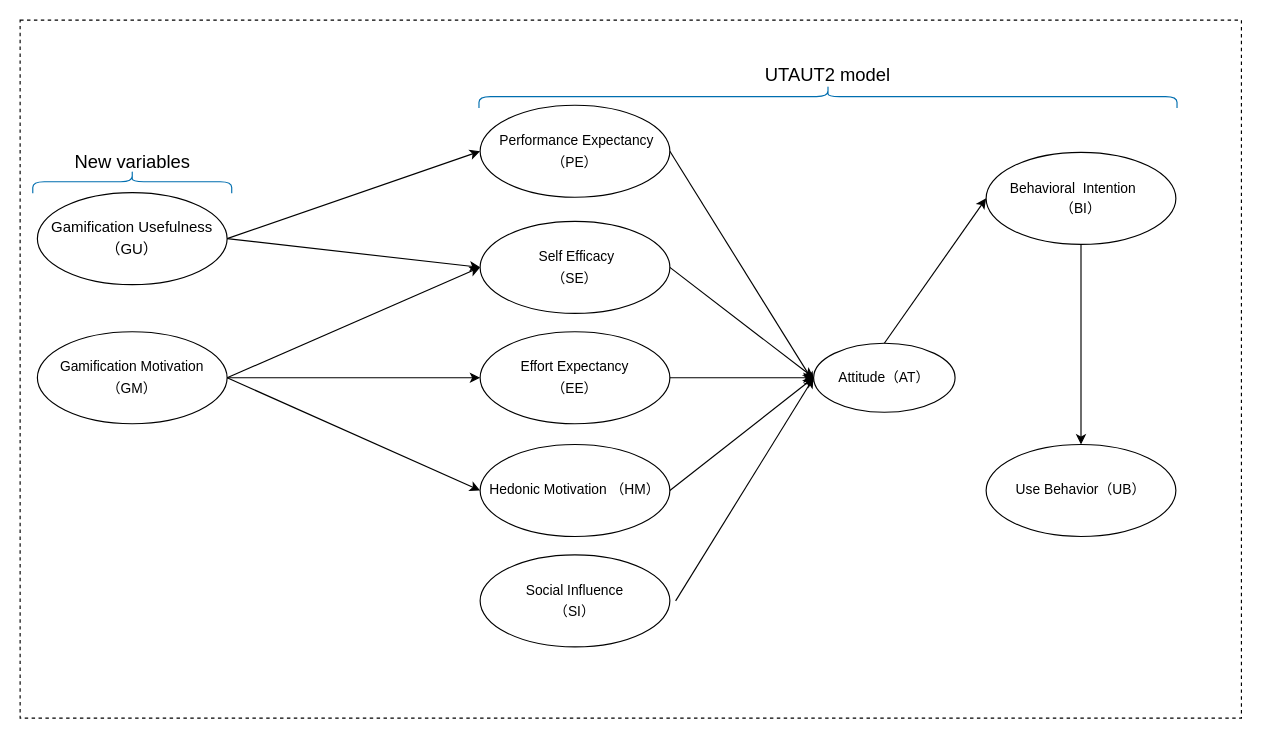
Earlier version of the draw.io diagram 結構模型2.drawio (raknza/Master-Thesis). Source tidied: cells renumbered, new cells numbered last; positions are measured from the earlier drawing's top-left corner, leaving out a move shared by most shapes. Both pictures are drawn from the tidied source at 115%, with x=0, y=0 at pixel (20, -253).
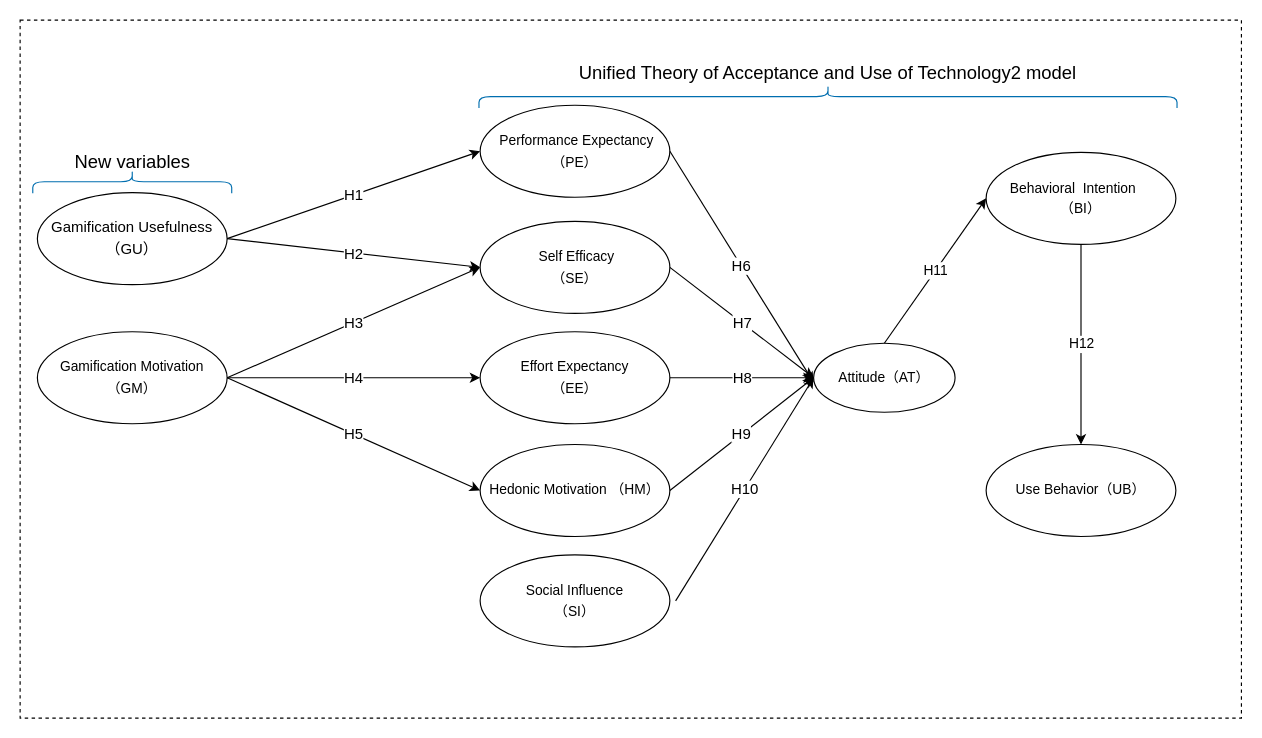
The same diagram, later.

The change refers to these unchanged cells:
```xml
<mxCell id="3" value="&lt;p style=&quot;line-height: 140%&quot;&gt;&lt;span style=&quot;font-size: 13px&quot;&gt;Gamification Usefulness&lt;/span&gt;&lt;br style=&quot;font-size: 13px&quot;&gt;&lt;span style=&quot;font-size: 13px&quot;&gt;（GU）&lt;/span&gt;&lt;/p&gt;" style="ellipse;whiteSpace=wrap;html=1;spacingBottom=0;fontSize=13;fontStyle=0;" parent="1" vertex="1">
  <mxGeometry x="15" y="387" width="165" height="80" as="geometry" />
</mxCell>
<mxCell id="4" value="&lt;p style=&quot;line-height: 140%&quot;&gt;&lt;span style=&quot;font-size: 12px&quot;&gt;Gamification Motivation&lt;/span&gt;&lt;br style=&quot;font-size: 12px&quot;&gt;&lt;span style=&quot;font-size: 12px&quot;&gt;（GM）&lt;/span&gt;&lt;br&gt;&lt;/p&gt;" style="ellipse;whiteSpace=wrap;html=1;spacingBottom=0;fontSize=13;fontStyle=0;" parent="1" vertex="1">
  <mxGeometry x="15" y="508" width="165" height="80" as="geometry" />
</mxCell>
<mxCell id="5" value="&lt;p style=&quot;line-height: 140%&quot;&gt;&lt;span style=&quot;font-size: 12px&quot;&gt;Attitude（AT）&lt;/span&gt;&lt;br&gt;&lt;/p&gt;" style="ellipse;whiteSpace=wrap;html=1;spacingBottom=0;fontSize=13;fontStyle=0;" parent="1" vertex="1">
  <mxGeometry x="690" y="518" width="123" height="60" as="geometry" />
</mxCell>
<mxCell id="6" value="&lt;p style=&quot;line-height: 140%&quot;&gt;&lt;span style=&quot;font-size: 12px&quot;&gt;&amp;nbsp;Performance Expectancy（PE）&lt;/span&gt;&lt;br&gt;&lt;/p&gt;" style="ellipse;whiteSpace=wrap;html=1;spacingBottom=0;fontSize=13;fontStyle=0;" parent="1" vertex="1">
  <mxGeometry x="400" y="311" width="165" height="80" as="geometry" />
</mxCell>
<mxCell id="7" value="&lt;p style=&quot;line-height: 140%&quot;&gt;&lt;span style=&quot;font-size: 12px&quot;&gt;&amp;nbsp;Self Efficacy&lt;/span&gt;&lt;br style=&quot;font-size: 12px&quot;&gt;&lt;span style=&quot;font-size: 12px&quot;&gt;（SE）&lt;/span&gt;&lt;br&gt;&lt;/p&gt;" style="ellipse;whiteSpace=wrap;html=1;spacingBottom=0;fontSize=13;fontStyle=0;" parent="1" vertex="1">
  <mxGeometry x="400" y="412" width="165" height="80" as="geometry" />
</mxCell>
<mxCell id="8" value="&lt;p style=&quot;line-height: 140%&quot;&gt;&lt;span style=&quot;font-size: 12px&quot;&gt;Effort Expectancy&lt;/span&gt;&lt;br style=&quot;font-size: 12px&quot;&gt;&lt;span style=&quot;font-size: 12px&quot;&gt;（EE）&lt;/span&gt;&lt;br&gt;&lt;/p&gt;" style="ellipse;whiteSpace=wrap;html=1;spacingBottom=0;fontSize=13;fontStyle=0;" parent="1" vertex="1">
  <mxGeometry x="400" y="508" width="165" height="80" as="geometry" />
</mxCell>
<mxCell id="9" value="&lt;p style=&quot;line-height: 140%&quot;&gt;&lt;span style=&quot;font-size: 12px&quot;&gt;Hedonic Motivation （HM）&lt;/span&gt;&lt;br&gt;&lt;/p&gt;" style="ellipse;whiteSpace=wrap;html=1;spacingBottom=0;fontSize=13;fontStyle=0;" parent="1" vertex="1">
  <mxGeometry x="400" y="606" width="165" height="80" as="geometry" />
</mxCell>
<mxCell id="21" value="&lt;p class=&quot;MDPI42tablebody&quot; style=&quot;line-height: normal&quot;&gt;&amp;nbsp;Behavioral&amp;nbsp; Intention&amp;nbsp; &amp;nbsp; &amp;nbsp; （BI）&lt;br&gt;&lt;/p&gt;" style="ellipse;whiteSpace=wrap;html=1;spacingBottom=0;fontSize=12;fontStyle=0;spacing=0;" parent="1" vertex="1">
  <mxGeometry x="840" y="352" width="165" height="80" as="geometry" />
</mxCell>
<mxCell id="22" value="&lt;p style=&quot;line-height: 140%&quot;&gt;&lt;span style=&quot;font-size: 12px&quot;&gt;Use Behavior（UB）&lt;/span&gt;&lt;br&gt;&lt;/p&gt;" style="ellipse;whiteSpace=wrap;html=1;spacingBottom=0;fontSize=13;fontStyle=0;" parent="1" vertex="1">
  <mxGeometry x="840" y="606" width="165" height="80" as="geometry" />
</mxCell>
```

Diff of the diagram source:
```diff
@@
-    <mxCell id="11" style="endArrow=classic;html=1;fontSize=13;exitX=1;exitY=0.5;exitDx=0;exitDy=0;entryX=0;entryY=0.5;entryDx=0;entryDy=0;" parent="1" edge="1" source="3" target="6">
+    <mxCell id="11" value="H1" style="endArrow=classic;html=1;fontSize=13;exitX=1;exitY=0.5;exitDx=0;exitDy=0;entryX=0;entryY=0.5;entryDx=0;entryDy=0;" parent="1" edge="1" source="3" target="6">
       <mxGeometry relative="1" as="geometry" />
     </mxCell>
-    <mxCell id="12" style="endArrow=classic;html=1;fontSize=13;entryX=0;entryY=0.5;entryDx=0;entryDy=0;exitX=1;exitY=0.5;exitDx=0;exitDy=0;" parent="1" edge="1" source="3" target="7">
+    <mxCell id="12" value="H2" style="endArrow=classic;html=1;fontSize=13;entryX=0;entryY=0.5;entryDx=0;entryDy=0;exitX=1;exitY=0.5;exitDx=0;exitDy=0;" parent="1" edge="1" source="3" target="7">
       <mxGeometry relative="1" as="geometry" />
     </mxCell>
-    <mxCell id="13" style="endArrow=classic;html=1;fontSize=13;exitX=1;exitY=0.5;exitDx=0;exitDy=0;" parent="1" edge="1" source="4">
+    <mxCell id="13" value="H3" style="endArrow=classic;html=1;fontSize=13;exitX=1;exitY=0.5;exitDx=0;exitDy=0;" parent="1" edge="1" source="4">
       <mxGeometry relative="1" as="geometry">
         <mxPoint x="400" y="452" as="targetPoint" />
       </mxGeometry>
     </mxCell>
-    <mxCell id="14" style="endArrow=classic;html=1;fontSize=13;exitX=1;exitY=0.5;exitDx=0;exitDy=0;entryX=0;entryY=0.5;entryDx=0;entryDy=0;" parent="1" edge="1" source="4" target="8">
+    <mxCell id="14" value="H4" style="endArrow=classic;html=1;fontSize=13;exitX=1;exitY=0.5;exitDx=0;exitDy=0;entryX=0;entryY=0.5;entryDx=0;entryDy=0;" parent="1" edge="1" source="4" target="8">
       <mxGeometry relative="1" as="geometry" />
     </mxCell>
-    <mxCell id="15" style="endArrow=classic;html=1;fontSize=13;exitX=1;exitY=0.5;exitDx=0;exitDy=0;entryX=0;entryY=0.5;entryDx=0;entryDy=0;" parent="1" edge="1" source="4" target="9">
+    <mxCell id="15" value="H5" style="endArrow=classic;html=1;fontSize=13;exitX=1;exitY=0.5;exitDx=0;exitDy=0;entryX=0;entryY=0.5;entryDx=0;entryDy=0;" parent="1" edge="1" source="4" target="9">
       <mxGeometry relative="1" as="geometry" />
     </mxCell>
-    <mxCell id="16" style="endArrow=classic;html=1;fontSize=13;entryX=0;entryY=0.5;entryDx=0;entryDy=0;" parent="1" edge="1" target="5">
+    <mxCell id="16" value="H10" style="endArrow=classic;html=1;fontSize=13;entryX=0;entryY=0.5;entryDx=0;entryDy=0;" parent="1" edge="1" target="5">
       <mxGeometry relative="1" as="geometry">
         <mxPoint x="570" y="742" as="sourcePoint" />
       </mxGeometry>
     </mxCell>
-    <mxCell id="17" style="endArrow=classic;html=1;fontSize=13;exitX=1;exitY=0.5;exitDx=0;exitDy=0;entryX=0;entryY=0.5;entryDx=0;entryDy=0;" parent="1" edge="1" source="8" target="5">
+    <mxCell id="17" value="H8" style="endArrow=classic;html=1;fontSize=13;exitX=1;exitY=0.5;exitDx=0;exitDy=0;entryX=0;entryY=0.5;entryDx=0;entryDy=0;" parent="1" edge="1" source="8" target="5">
       <mxGeometry relative="1" as="geometry" />
     </mxCell>
-    <mxCell id="18" style="endArrow=classic;html=1;fontSize=13;exitX=1;exitY=0.5;exitDx=0;exitDy=0;" parent="1" edge="1" source="6">
+    <mxCell id="18" value="H6" style="endArrow=classic;html=1;fontSize=13;exitX=1;exitY=0.5;exitDx=0;exitDy=0;" parent="1" edge="1" source="6">
       <mxGeometry relative="1" as="geometry">
         <mxPoint x="690" y="552" as="targetPoint" />
       </mxGeometry>
     </mxCell>
-    <mxCell id="19" style="endArrow=classic;html=1;fontSize=13;exitX=1;exitY=0.5;exitDx=0;exitDy=0;entryX=0;entryY=0.5;entryDx=0;entryDy=0;" parent="1" edge="1" source="7" target="5">
+    <mxCell id="19" value="H7" style="endArrow=classic;html=1;fontSize=13;exitX=1;exitY=0.5;exitDx=0;exitDy=0;entryX=0;entryY=0.5;entryDx=0;entryDy=0;" parent="1" edge="1" source="7" target="5">
       <mxGeometry relative="1" as="geometry" />
     </mxCell>
-    <mxCell id="20" style="endArrow=classic;html=1;fontSize=13;exitX=1;exitY=0.5;exitDx=0;exitDy=0;entryX=0;entryY=0.5;entryDx=0;entryDy=0;" parent="1" edge="1" source="9" target="5">
+    <mxCell id="20" value="H9" style="endArrow=classic;html=1;fontSize=13;exitX=1;exitY=0.5;exitDx=0;exitDy=0;entryX=0;entryY=0.5;entryDx=0;entryDy=0;" parent="1" edge="1" source="9" target="5">
       <mxGeometry relative="1" as="geometry" />
     </mxCell>
@@
-    <mxCell id="23" style="endArrow=classic;html=1;fontSize=12;exitX=0.5;exitY=0;exitDx=0;exitDy=0;entryX=0;entryY=0.5;entryDx=0;entryDy=0;" parent="1" edge="1" source="5" target="21">
+    <mxCell id="23" value="H11" style="endArrow=classic;html=1;fontSize=12;exitX=0.5;exitY=0;exitDx=0;exitDy=0;entryX=0;entryY=0.5;entryDx=0;entryDy=0;" parent="1" edge="1" source="5" target="21">
       <mxGeometry relative="1" as="geometry" />
     </mxCell>
-    <mxCell id="24" style="endArrow=classic;html=1;fontSize=12;exitX=0.5;exitY=1;exitDx=0;exitDy=0;entryX=0.5;entryY=0;entryDx=0;entryDy=0;" parent="1" edge="1" source="21" target="22">
+    <mxCell id="24" value="H12" style="endArrow=classic;html=1;fontSize=12;exitX=0.5;exitY=1;exitDx=0;exitDy=0;entryX=0.5;entryY=0;entryDx=0;entryDy=0;" parent="1" edge="1" source="21" target="22">
       <mxGeometry relative="1" as="geometry" />
     </mxCell>
@@
-    <mxCell id="28" value="UTAUT2 model" style="text;html=1;strokeColor=none;fillColor=none;align=center;verticalAlign=middle;whiteSpace=wrap;rounded=0;fontSize=16;" parent="1" vertex="1">
-      <mxGeometry x="646" y="274" width="113" height="20" as="geometry" />
+    <mxCell id="28" value="Unified Theory of Acceptance and Use of Technology2 model" style="text;html=1;strokeColor=none;fillColor=none;align=center;verticalAlign=middle;whiteSpace=wrap;rounded=0;fontSize=16;" parent="1" vertex="1">
+      <mxGeometry x="477" y="273" width="451" height="20" as="geometry" />
     </mxCell>
```
